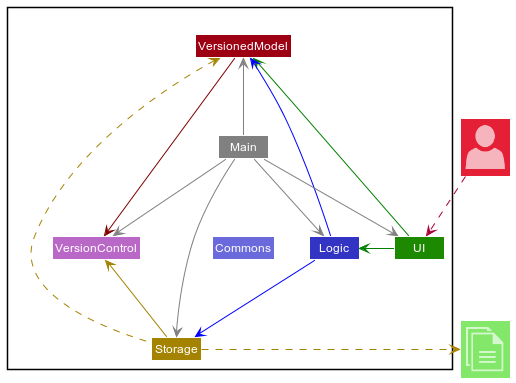
Above: docs/images/dg/architecture/ArchitectureDiagram.png in nus-cs2103-AY2122S1/tp (PlantUML), before the change. Source of this version:
```plantuml
@startuml
!include <office/Concepts/globe_internet>
!include <office/Concepts/documents>
!include <office/Users/user>
!include ../style.puml

Package " "<<Rectangle>>{
    Class UI UI_COLOR
    Class Logic LOGIC_COLOR
    Class Storage STORAGE_COLOR
    Class VersionedModel MODEL_COLOR
    Class Main #grey
    Class Commons LOGIC_COLOR_T2
    Class VersionControl VERSIONCONTROL_COLOR
}

Class "<$user>" as User MODEL_COLOR_T2
Class "<$documents>" as File UI_COLOR_T1

VersionedModel =[#maroon]> VersionControl

UI -[#green]> Logic
UI -right[#green]-> VersionedModel

Logic -[#blue]-> Storage
Logic -down[#blue]-> VersionedModel

Main -[#grey]-> UI
Main -[#grey]-> Logic
Main -[#grey]-> Storage
Main -up[#grey]-> VersionedModel
Main -down[hidden]-> Commons
Main -down[#grey]-> VersionControl

Storage -up[STORAGE_COLOR]-> VersionControl
Storage -up[STORAGE_COLOR].> VersionedModel
Storage .right[STORAGE_COLOR].>File
User ..> UI
@enduml
```
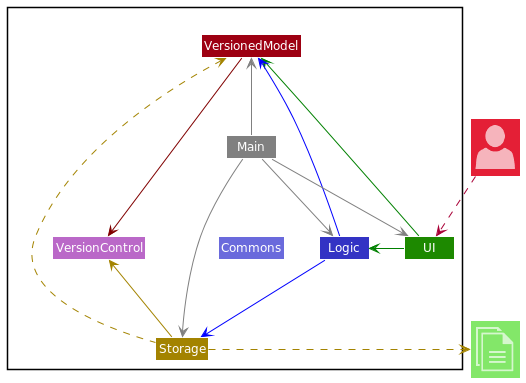
Above is the later version.

Commit message:
Remove link from Main to Version Control in Architecture Diagram

What changed in the source:
```diff
@@ -30,7 +30,7 @@
 Main -[#grey]-> Storage
 Main -up[#grey]-> VersionedModel
 Main -down[hidden]-> Commons
-Main -down[#grey]-> VersionControl
+Main -down[hidden]-> VersionControl
 
 Storage -up[STORAGE_COLOR]-> VersionControl
 Storage -up[STORAGE_COLOR].> VersionedModel
```
